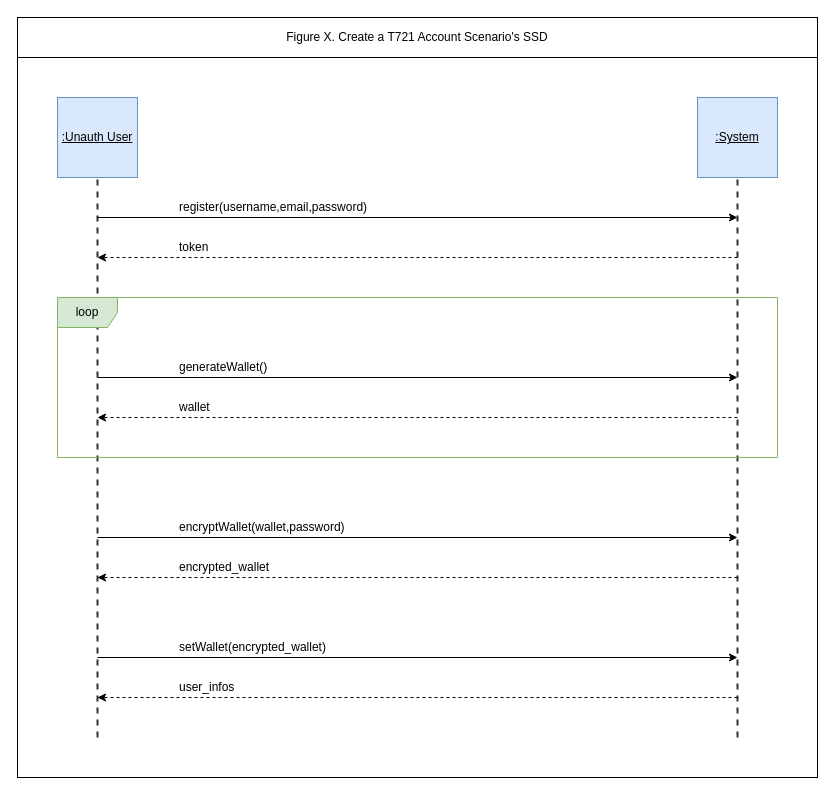
Above: page "system-sequence-diagram-example" (2 of 11) of docs/psp/resources/psp.drawio in ticket721/env (draw.io), before the change. Source tidied: cells renumbered, new cells numbered last; positions are measured from the earlier drawing's top-left corner, leaving out a move shared by most shapes. Both pictures are drawn from the tidied source at 100%, with x=0, y=0 at pixel (17, 17).
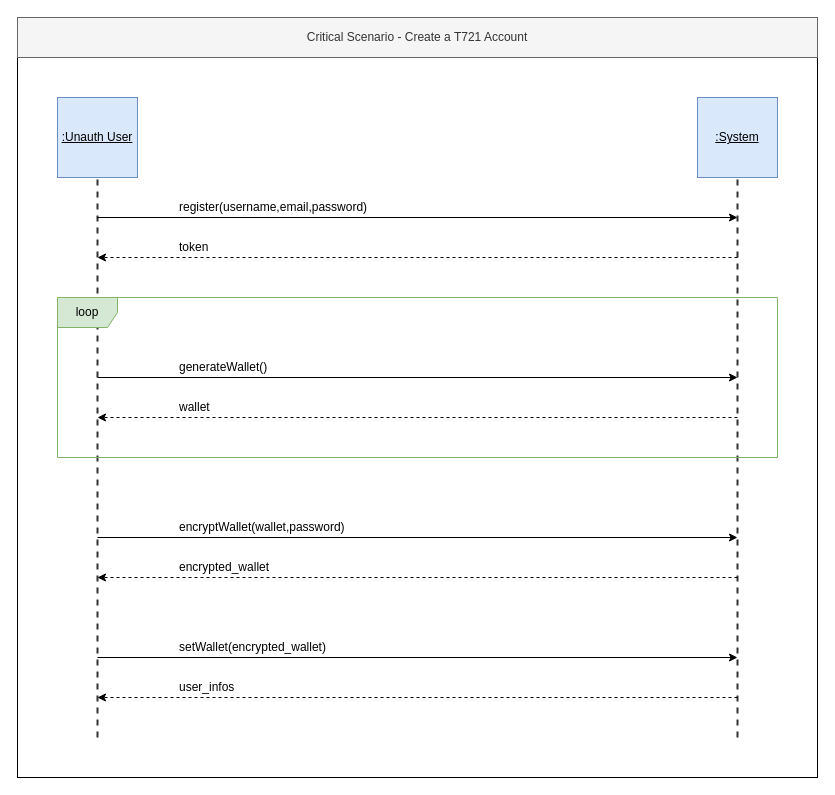
The same page after the edit.

The edit, as a diff of the source:
```diff
@@
-    <mxCell id="4" value="Figure X. Create a T721 Account Scenario's SSD" style="rounded=0;whiteSpace=wrap;html=1;fillColor=#ffffff;" parent="1" vertex="1">
+    <mxCell id="4" value="Critical Scenario - Create a T721 Account" style="rounded=0;whiteSpace=wrap;html=1;fillColor=#f5f5f5;strokeColor=#666666;fontColor=#333333;" parent="1" vertex="1">
       <mxGeometry width="800" height="40" as="geometry" />
     </mxCell>
```
